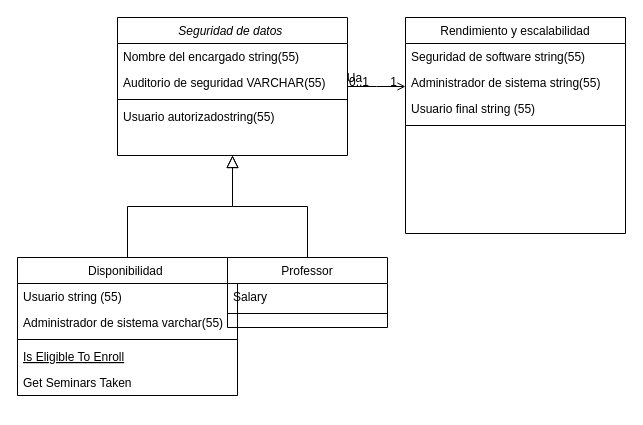
Above: Diagrama sin título.drawio in AnaKarenHM19/Ability-Talk (draw.io), before the change. Source tidied: cells renumbered, new cells numbered last; positions are measured from the earlier drawing's top-left corner, leaving out a move shared by most shapes. Both pictures are drawn from the tidied source at 100%, with x=0, y=0 at pixel (17, 17).
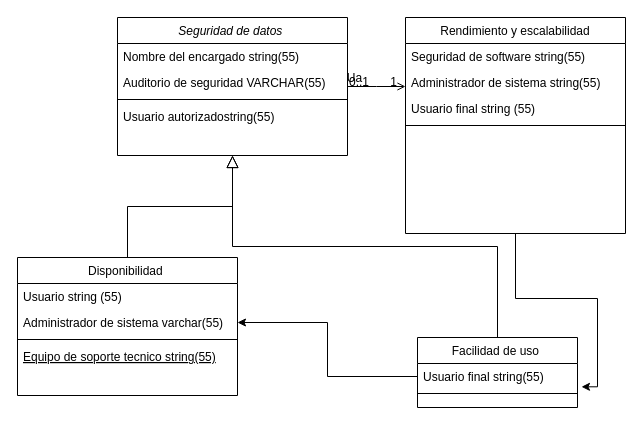
After the change.

Commit message:
Actualizar Diagrama RNF aplicativo

The change refers to these unchanged cells:
```xml
<mxCell id="7" value="Disponibilidad " style="swimlane;fontStyle=0;align=center;verticalAlign=top;horizontal=1;startSize=26;rounded=0;shadow=0;strokeWidth=1;" parent="1" vertex="1">
  <mxGeometry y="240" width="220" height="138" as="geometry" />
</mxCell>
<mxCell id="9" value="Administrador de sistema varchar(55)" style="text;align=left;verticalAlign=top;spacingLeft=4;spacingRight=4;overflow=hidden;points=[[0,0.5],[1,0.5]];portConstraint=eastwest;rounded=0;shadow=0;html=0;" parent="7" vertex="1">
  <mxGeometry y="52" width="220" height="26" as="geometry" />
</mxCell>
<mxCell id="18" value="Rendimiento y escalabilidad" style="swimlane;fontStyle=0;align=center;verticalAlign=top;horizontal=1;startSize=26;rounded=0;shadow=0;strokeWidth=1;" parent="1" vertex="1">
  <mxGeometry x="388" width="220" height="216" as="geometry" />
</mxCell>
```

The edit, as a diff of the source:
```diff
@@
-    <mxCell id="11" value="Is Eligible To Enroll" style="text;align=left;verticalAlign=top;spacingLeft=4;spacingRight=4;overflow=hidden;fontStyle=4;" parent="7" vertex="1">
+    <mxCell id="11" value="Equipo de soporte tecnico string(55)" style="text;align=left;verticalAlign=top;spacingLeft=4;spacingRight=4;overflow=hidden;fontStyle=4;" parent="7" vertex="1">
       <mxGeometry y="86" width="220" height="26" as="geometry" />
     </mxCell>
-    <mxCell id="12" value="Get Seminars Taken" style="text;align=left;verticalAlign=top;spacingLeft=4;spacingRight=4;overflow=hidden;" parent="7" vertex="1">
-      <mxGeometry y="112" width="220" height="26" as="geometry" />
-    </mxCell>
@@
-    <mxCell id="14" value="Professor" style="swimlane;fontStyle=0;align=center;verticalAlign=top;horizontal=1;startSize=26;rounded=0;shadow=0;strokeWidth=1;" parent="1" vertex="1">
-      <mxGeometry x="210" y="240" width="160" height="70" as="geometry" />
+    <mxCell id="14" value="Facilidad de uso " style="swimlane;fontStyle=0;align=center;verticalAlign=top;horizontal=1;startSize=26;rounded=0;shadow=0;strokeWidth=1;" parent="1" vertex="1">
+      <mxGeometry x="400" y="320" width="160" height="70" as="geometry" />
     </mxCell>
-    <mxCell id="15" value="Salary" style="text;align=left;verticalAlign=top;spacingLeft=4;spacingRight=4;overflow=hidden;points=[[0,0.5],[1,0.5]];portConstraint=eastwest;" parent="14" vertex="1">
+    <mxCell id="15" value="Usuario final string(55)" style="text;align=left;verticalAlign=top;spacingLeft=4;spacingRight=4;overflow=hidden;points=[[0,0.5],[1,0.5]];portConstraint=eastwest;" parent="14" vertex="1">
       <mxGeometry y="26" width="160" height="26" as="geometry" />
     </mxCell>
@@
+    <mxCell id="27" style="edgeStyle=orthogonalEdgeStyle;rounded=0;jettySize=auto;html=1;entryX=1.025;entryY=0.897;entryDx=0;entryDy=0;entryPerimeter=0;" parent="1" edge="1" source="18" target="15">
+      <mxGeometry relative="1" as="geometry" />
+    </mxCell>
+    <mxCell id="28" style="edgeStyle=orthogonalEdgeStyle;rounded=0;jettySize=auto;html=1;exitX=0;exitY=0.5;exitDx=0;exitDy=0;" parent="1" edge="1" source="15" target="9">
+      <mxGeometry relative="1" as="geometry" />
+    </mxCell>
```
